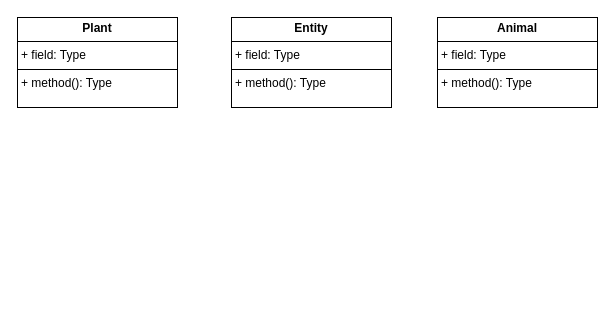
Mythicies/Mythicies keeps this draw.io diagram as Dagbesteding/C++/Ecosystem/Design/Class diagram ecosystem.drawio. Above is the earlier version. Source tidied: cells renumbered, new cells numbered last; positions are measured from the earlier drawing's top-left corner, leaving out a move shared by most shapes. Both pictures are drawn from the tidied source at 100%, with x=0, y=0 at pixel (17, 17).
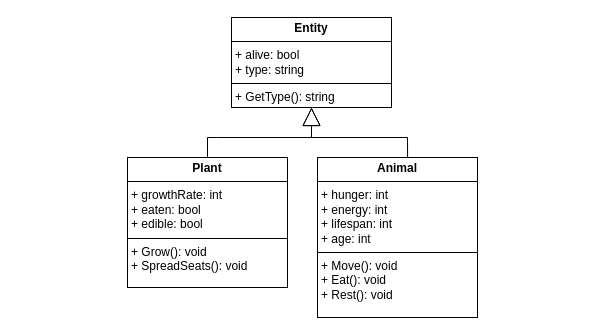
After the change.

Diff of the diagram source:
```diff
@@
 <mxGraphModel>
   <root>
     <mxCell id="0" />
     <mxCell id="1" parent="0" />
-    <mxCell id="2" value="&lt;p style=&quot;margin:0px;margin-top:4px;text-align:center;&quot;&gt;&lt;b&gt;Entity&lt;/b&gt;&lt;/p&gt;&lt;hr size=&quot;1&quot; style=&quot;border-style:solid;&quot;&gt;&lt;p style=&quot;margin:0px;margin-left:4px;&quot;&gt;+ field: Type&lt;/p&gt;&lt;hr size=&quot;1&quot; style=&quot;border-style:solid;&quot;&gt;&lt;p style=&quot;margin:0px;margin-left:4px;&quot;&gt;+ method(): Type&lt;/p&gt;" style="verticalAlign=top;align=left;overflow=fill;html=1;whiteSpace=wrap;" parent="1" vertex="1">
+    <mxCell id="2" value="&lt;p style=&quot;margin:0px;margin-top:4px;text-align:center;&quot;&gt;&lt;b&gt;Entity&lt;/b&gt;&lt;/p&gt;&lt;hr size=&quot;1&quot; style=&quot;border-style:solid;&quot;&gt;&lt;p style=&quot;margin:0px;margin-left:4px;&quot;&gt;&lt;span style=&quot;background-color: transparent; color: light-dark(rgb(0, 0, 0), rgb(255, 255, 255));&quot;&gt;+ alive: bool&lt;/span&gt;&lt;/p&gt;&lt;p style=&quot;margin:0px;margin-left:4px;&quot;&gt;&lt;span style=&quot;background-color: transparent; color: light-dark(rgb(0, 0, 0), rgb(255, 255, 255));&quot;&gt;+ type: string&lt;/span&gt;&lt;/p&gt;&lt;hr size=&quot;1&quot; style=&quot;border-style:solid;&quot;&gt;&lt;p style=&quot;margin:0px;margin-left:4px;&quot;&gt;+ GetType(): string&lt;/p&gt;" style="verticalAlign=top;align=left;overflow=fill;html=1;whiteSpace=wrap;" parent="1" vertex="1">
       <mxGeometry x="214" width="160" height="90" as="geometry" />
     </mxCell>
-    <mxCell id="3" value="&lt;p style=&quot;margin:0px;margin-top:4px;text-align:center;&quot;&gt;&lt;b&gt;Plant&lt;/b&gt;&lt;/p&gt;&lt;hr size=&quot;1&quot; style=&quot;border-style:solid;&quot;&gt;&lt;p style=&quot;margin:0px;margin-left:4px;&quot;&gt;+ field: Type&lt;/p&gt;&lt;hr size=&quot;1&quot; style=&quot;border-style:solid;&quot;&gt;&lt;p style=&quot;margin:0px;margin-left:4px;&quot;&gt;+ method(): Type&lt;/p&gt;" style="verticalAlign=top;align=left;overflow=fill;html=1;whiteSpace=wrap;" parent="1" vertex="1">
-      <mxGeometry width="160" height="90" as="geometry" />
+    <mxCell id="3" value="&lt;p style=&quot;margin:0px;margin-top:4px;text-align:center;&quot;&gt;&lt;b&gt;Plant&lt;/b&gt;&lt;/p&gt;&lt;hr size=&quot;1&quot; style=&quot;border-style:solid;&quot;&gt;&lt;p style=&quot;margin:0px;margin-left:4px;&quot;&gt;+ growthRate: int&lt;/p&gt;&lt;p style=&quot;margin:0px;margin-left:4px;&quot;&gt;+ eaten: bool&lt;/p&gt;&lt;p style=&quot;margin:0px;margin-left:4px;&quot;&gt;+ edible: bool&lt;/p&gt;&lt;hr size=&quot;1&quot; style=&quot;border-style:solid;&quot;&gt;&lt;p style=&quot;margin:0px;margin-left:4px;&quot;&gt;+ Grow(): void&lt;/p&gt;&lt;p style=&quot;margin:0px;margin-left:4px;&quot;&gt;+ SpreadSeats(): void&lt;/p&gt;" style="verticalAlign=top;align=left;overflow=fill;html=1;whiteSpace=wrap;" parent="1" vertex="1">
+      <mxGeometry x="110" y="140" width="160" height="130" as="geometry" />
     </mxCell>
-    <mxCell id="4" value="&lt;p style=&quot;margin:0px;margin-top:4px;text-align:center;&quot;&gt;&lt;b&gt;Animal&lt;/b&gt;&lt;/p&gt;&lt;hr size=&quot;1&quot; style=&quot;border-style:solid;&quot;&gt;&lt;p style=&quot;margin:0px;margin-left:4px;&quot;&gt;+ field: Type&lt;/p&gt;&lt;hr size=&quot;1&quot; style=&quot;border-style:solid;&quot;&gt;&lt;p style=&quot;margin:0px;margin-left:4px;&quot;&gt;+ method(): Type&lt;/p&gt;" style="verticalAlign=top;align=left;overflow=fill;html=1;whiteSpace=wrap;" parent="1" vertex="1">
-      <mxGeometry x="420" width="160" height="90" as="geometry" />
+    <mxCell id="4" value="&lt;p style=&quot;margin:0px;margin-top:4px;text-align:center;&quot;&gt;&lt;b&gt;Animal&lt;/b&gt;&lt;/p&gt;&lt;hr size=&quot;1&quot; style=&quot;border-style:solid;&quot;&gt;&lt;p style=&quot;margin:0px;margin-left:4px;&quot;&gt;+ hunger: int&lt;/p&gt;&lt;p style=&quot;margin:0px;margin-left:4px;&quot;&gt;+ energy: int&lt;/p&gt;&lt;p style=&quot;margin:0px;margin-left:4px;&quot;&gt;+ lifespan: int&lt;/p&gt;&lt;p style=&quot;margin:0px;margin-left:4px;&quot;&gt;+ age: int&lt;/p&gt;&lt;hr size=&quot;1&quot; style=&quot;border-style:solid;&quot;&gt;&lt;p style=&quot;margin:0px;margin-left:4px;&quot;&gt;+ Move(): void&lt;/p&gt;&lt;p style=&quot;margin:0px;margin-left:4px;&quot;&gt;+ Eat(): void&lt;/p&gt;&lt;p style=&quot;margin:0px;margin-left:4px;&quot;&gt;+ Rest(): void&lt;/p&gt;" style="verticalAlign=top;align=left;overflow=fill;html=1;whiteSpace=wrap;" parent="1" vertex="1">
+      <mxGeometry x="300" y="140" width="160" height="160" as="geometry" />
     </mxCell>
+    <mxCell id="5" style="endArrow=block;endSize=16;endFill=0;html=1;rounded=0;entryX=0.5;entryY=1;entryDx=0;entryDy=0;exitX=0.5;exitY=0;exitDx=0;exitDy=0;" parent="1" edge="1" source="3" target="2">
+      <mxGeometry relative="1" as="geometry">
+        <Array as="points">
+          <mxPoint x="190" y="120" />
+          <mxPoint x="200" y="120" />
+          <mxPoint x="294" y="120" />
+        </Array>
+      </mxGeometry>
+    </mxCell>
+    <mxCell id="6" style="endArrow=block;endSize=16;endFill=0;html=1;rounded=0;entryX=0.5;entryY=1;entryDx=0;entryDy=0;exitX=0.563;exitY=0;exitDx=0;exitDy=0;exitPerimeter=0;" parent="1" edge="1" source="4" target="2">
+      <mxGeometry relative="1" as="geometry">
+        <Array as="points">
+          <mxPoint x="390" y="120" />
+          <mxPoint x="294" y="120" />
+        </Array>
+      </mxGeometry>
+    </mxCell>
   </root>
 </mxGraphModel>
```
